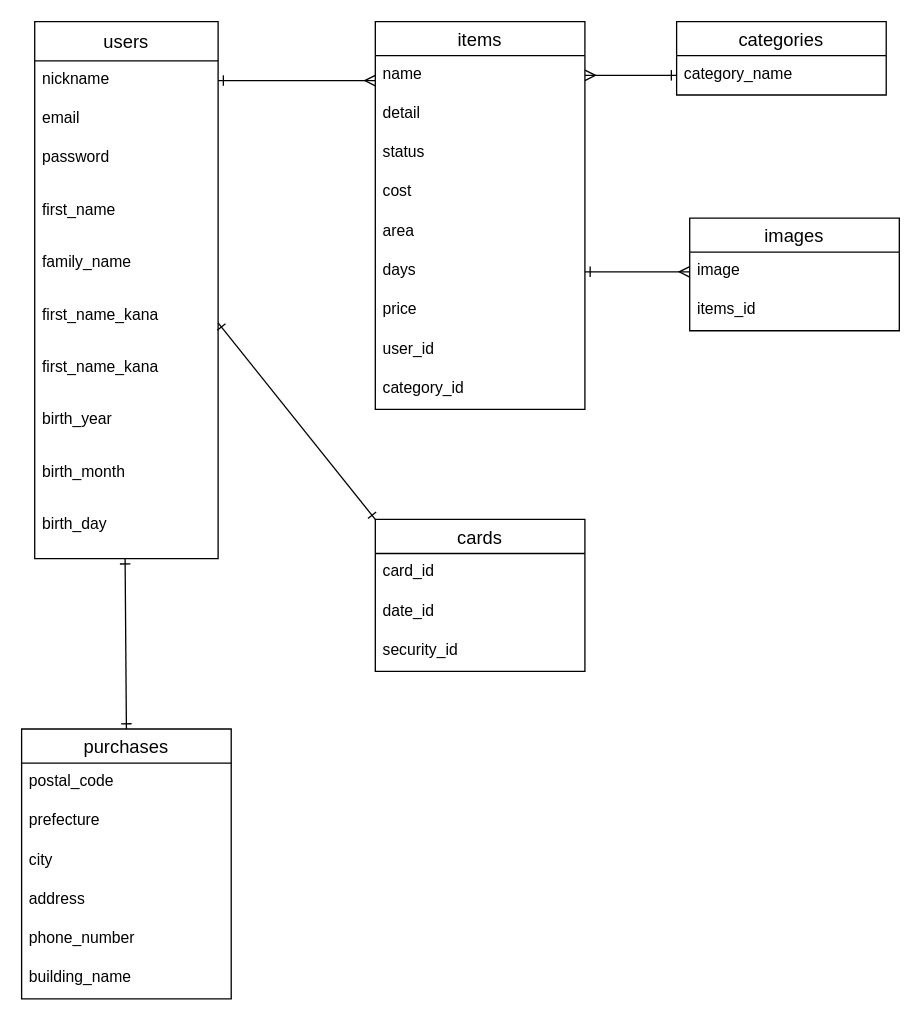
Before: furima.dio in ikinobu0629/furima-31702, a draw.io diagram. Source tidied: cells renumbered, new cells numbered last; positions are measured from the earlier drawing's top-left corner, leaving out a move shared by most shapes. Both pictures are drawn from the tidied source at 131%, with x=0, y=0 at pixel (21, 21).
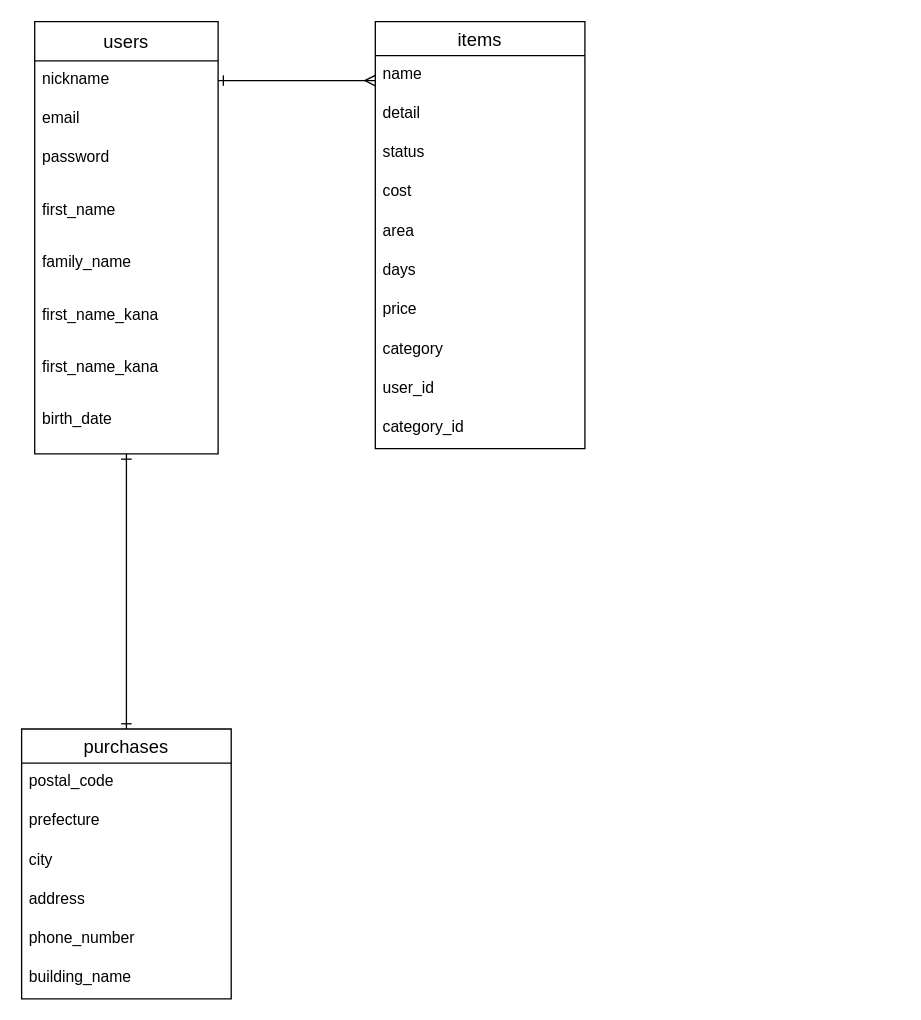
Above is the later version.

Commit message (it also covers changes not shown here):
README及びER図の作成(修正版)

The change refers to these unchanged cells:
```xml
<mxCell id="16" value="name" style="text;strokeColor=none;fillColor=none;spacingLeft=4;spacingRight=4;overflow=hidden;points=[[0,0.5],[1,0.5]];portConstraint=eastwest;fontSize=12;" parent="15" vertex="1">
  <mxGeometry y="26" width="160" height="30" as="geometry" />
</mxCell>
<mxCell id="21" value="days" style="text;strokeColor=none;fillColor=none;spacingLeft=4;spacingRight=4;overflow=hidden;points=[[0,0.5],[1,0.5]];portConstraint=eastwest;fontSize=12;" parent="15" vertex="1">
  <mxGeometry y="176" width="160" height="30" as="geometry" />
</mxCell>
<mxCell id="33" value="purchases" style="swimlane;fontStyle=0;horizontal=1;startSize=26;align=center;fontSize=14;" parent="1" vertex="1">
  <mxGeometry y="540" width="160" height="206" as="geometry" />
</mxCell>
```

What changed in the source:
```diff
@@
-    <mxCell id="3" style="edgeStyle=none;rounded=0;jettySize=auto;html=1;exitX=1;exitY=0.5;exitDx=0;exitDy=0;entryX=0;entryY=0.5;entryDx=0;entryDy=0;startArrow=ERmany;startFill=0;endArrow=ERone;endFill=0;" parent="1" edge="1" source="16" target="26">
-      <mxGeometry relative="1" as="geometry" />
-    </mxCell>
     <mxCell id="4" value="users" style="swimlane;fontStyle=0;horizontal=1;startSize=30;align=center;fontSize=14;" parent="1" vertex="1">
-      <mxGeometry x="10" width="140" height="410" as="geometry" />
+      <mxGeometry x="10" width="140" height="330" as="geometry" />
     </mxCell>
@@
-    <mxCell id="12" value="birth_year" style="text;strokeColor=none;fillColor=none;spacingLeft=4;spacingRight=4;overflow=hidden;points=[[0,0.5],[1,0.5]];portConstraint=eastwest;fontSize=12;" parent="4" vertex="1">
+    <mxCell id="12" value="birth_date" style="text;strokeColor=none;fillColor=none;spacingLeft=4;spacingRight=4;overflow=hidden;points=[[0,0.5],[1,0.5]];portConstraint=eastwest;fontSize=12;" parent="4" vertex="1">
       <mxGeometry y="290" width="140" height="40" as="geometry" />
     </mxCell>
-    <mxCell id="13" value="birth_month" style="text;strokeColor=none;fillColor=none;spacingLeft=4;spacingRight=4;overflow=hidden;fontSize=12;" parent="4" vertex="1">
-      <mxGeometry y="330" width="140" height="40" as="geometry" />
-    </mxCell>
-    <mxCell id="14" value="birth_day" style="text;strokeColor=none;fillColor=none;spacingLeft=4;spacingRight=4;overflow=hidden;fontSize=12;" parent="4" vertex="1">
-      <mxGeometry y="370" width="140" height="40" as="geometry" />
-    </mxCell>
     <mxCell id="15" value="items" style="swimlane;fontStyle=0;horizontal=1;startSize=26;align=center;fontSize=14;" parent="1" vertex="1">
-      <mxGeometry x="270" width="160" height="296" as="geometry" />
+      <mxGeometry x="270" width="160" height="326" as="geometry" />
     </mxCell>
@@
+    <mxCell id="44" value="category" style="text;strokeColor=none;fillColor=none;spacingLeft=4;spacingRight=4;overflow=hidden;fontSize=12;" parent="15" vertex="1">
+      <mxGeometry y="236" width="160" height="30" as="geometry" />
+    </mxCell>
     <mxCell id="23" value="user_id" style="text;strokeColor=none;fillColor=none;spacingLeft=4;spacingRight=4;overflow=hidden;fontSize=12;" parent="15" vertex="1">
-      <mxGeometry y="236" width="160" height="30" as="geometry" />
+      <mxGeometry y="266" width="160" height="30" as="geometry" />
     </mxCell>
     <mxCell id="24" value="category_id" style="text;strokeColor=none;fillColor=none;spacingLeft=4;spacingRight=4;overflow=hidden;fontSize=12;" parent="15" vertex="1">
-      <mxGeometry y="266" width="160" height="30" as="geometry" />
+      <mxGeometry y="296" width="160" height="30" as="geometry" />
     </mxCell>
-    <mxCell id="25" value="categories" style="swimlane;fontStyle=0;horizontal=1;startSize=26;align=center;fontSize=14;" parent="1" vertex="1">
-      <mxGeometry x="500" width="160" height="56" as="geometry" />
-    </mxCell>
-    <mxCell id="26" value="category_name" style="text;strokeColor=none;fillColor=none;spacingLeft=4;spacingRight=4;overflow=hidden;points=[[0,0.5],[1,0.5]];portConstraint=eastwest;fontSize=12;" parent="25" vertex="1">
-      <mxGeometry y="26" width="160" height="30" as="geometry" />
-    </mxCell>
-    <mxCell id="27" style="edgeStyle=none;rounded=0;jettySize=auto;html=1;exitX=0.5;exitY=0;exitDx=0;exitDy=0;startArrow=ERone;startFill=0;endArrow=ERone;endFill=0;" parent="1" edge="1" source="33">
-      <mxGeometry relative="1" as="geometry">
-        <mxPoint x="79" y="410" as="targetPoint" />
-      </mxGeometry>
+    <mxCell id="27" style="edgeStyle=none;rounded=0;jettySize=auto;html=1;exitX=0.5;exitY=0;exitDx=0;exitDy=0;startArrow=ERone;startFill=0;endArrow=ERone;endFill=0;" parent="1" edge="1" source="33" target="12">
+      <mxGeometry relative="1" as="geometry" />
     </mxCell>
-    <mxCell id="28" value="cards" style="swimlane;fontStyle=0;horizontal=1;startSize=26;align=center;fontSize=14;" parent="1" vertex="1">
-      <mxGeometry x="270" y="380" width="160" height="116" as="geometry" />
-    </mxCell>
-    <mxCell id="29" value="card_id" style="text;strokeColor=none;fillColor=none;spacingLeft=4;spacingRight=4;overflow=hidden;fontSize=12;" parent="28" vertex="1">
-      <mxGeometry y="26" width="160" height="30" as="geometry" />
-    </mxCell>
-    <mxCell id="30" value="date_id" style="text;strokeColor=none;fillColor=none;spacingLeft=4;spacingRight=4;overflow=hidden;fontSize=12;" parent="28" vertex="1">
-      <mxGeometry y="56" width="160" height="30" as="geometry" />
-    </mxCell>
-    <mxCell id="31" value="security_id" style="text;strokeColor=none;fillColor=none;spacingLeft=4;spacingRight=4;overflow=hidden;fontSize=12;" parent="28" vertex="1">
-      <mxGeometry y="86" width="160" height="30" as="geometry" />
-    </mxCell>
-    <mxCell id="32" style="edgeStyle=none;rounded=0;jettySize=auto;html=1;exitX=1;exitY=0.5;exitDx=0;exitDy=0;entryX=0;entryY=0;entryDx=0;entryDy=0;startArrow=ERone;startFill=0;endArrow=ERone;endFill=0;" parent="1" edge="1" target="28">
-      <mxGeometry relative="1" as="geometry">
-        <mxPoint x="150" y="230" as="sourcePoint" />
-      </mxGeometry>
-    </mxCell>
@@
-    <mxCell id="40" style="edgeStyle=orthogonalEdgeStyle;rounded=0;jettySize=auto;html=1;exitX=0;exitY=0.5;exitDx=0;exitDy=0;entryX=1;entryY=0.5;entryDx=0;entryDy=0;startArrow=ERmany;startFill=0;endArrow=ERone;endFill=0;" parent="1" edge="1" source="42" target="21">
-      <mxGeometry relative="1" as="geometry" />
-    </mxCell>
-    <mxCell id="41" value="images" style="swimlane;fontStyle=0;horizontal=1;startSize=26;align=center;fontSize=14;" parent="1" vertex="1">
-      <mxGeometry x="510" y="150" width="160" height="86" as="geometry" />
-    </mxCell>
-    <mxCell id="42" value="image" style="text;strokeColor=none;fillColor=none;spacingLeft=4;spacingRight=4;overflow=hidden;points=[[0,0.5],[1,0.5]];portConstraint=eastwest;fontSize=12;" parent="41" vertex="1">
-      <mxGeometry y="26" width="160" height="30" as="geometry" />
-    </mxCell>
-    <mxCell id="43" value="items_id" style="text;strokeColor=none;fillColor=none;spacingLeft=4;spacingRight=4;overflow=hidden;fontSize=12;" parent="41" vertex="1">
-      <mxGeometry y="56" width="160" height="30" as="geometry" />
-    </mxCell>
```
